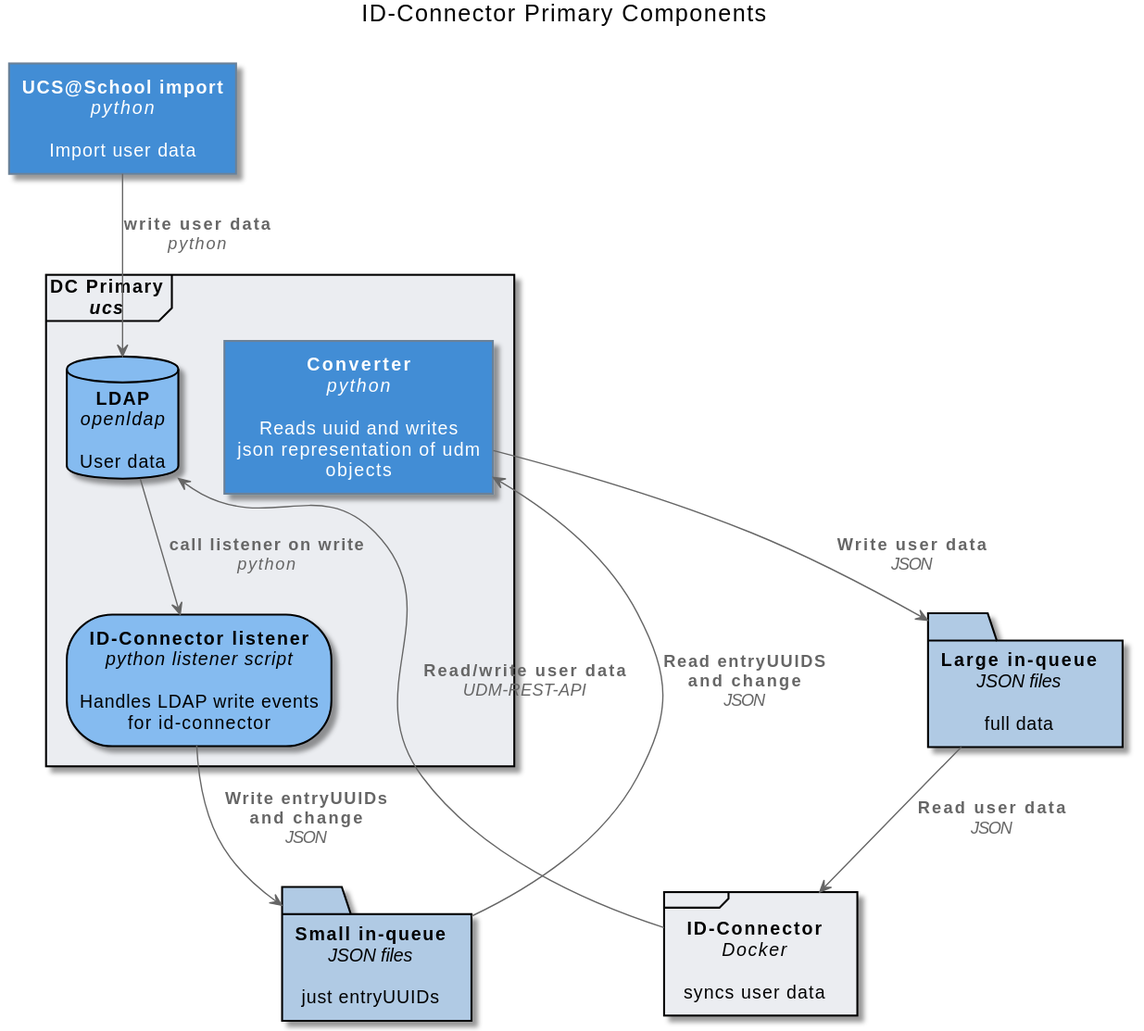
Earlier version of the PlantUML export docs/source/static/id-connector-container-primary.svg (univention/ucsschool-id-connector). Its diagram source:
```plantuml
@startuml

title ID-Connector Primary Components\n

!include styling.puml

!include object_importer.puml

frame "DC Primary\n<i>ucs" as primary {
    !include object_ldap.puml
    !include object_listener.puml
    !include object_converter.puml
}


!include object_small_queue.puml
!include object_large_queue.puml

!include object_id_connector.puml

importer --> ldap: <b>write user data\n<i>python
ldap --> listener: <b>call listener on write\n<i>python
listener --> small_queue: <b>Write entryUUIDs\n<b>and change\n<i>JSON
small_queue --> converter:  <b>Read entryUUIDS\n<b>and change\n<i>JSON
converter --> large_queue: <b>Write user data\n<i>JSON
large_queue -->id_connector:<b>Read user data\n<i>JSON

ldap <-- id_connector : <b>Read/write user data\n<i>UDM-REST-API
@enduml
```
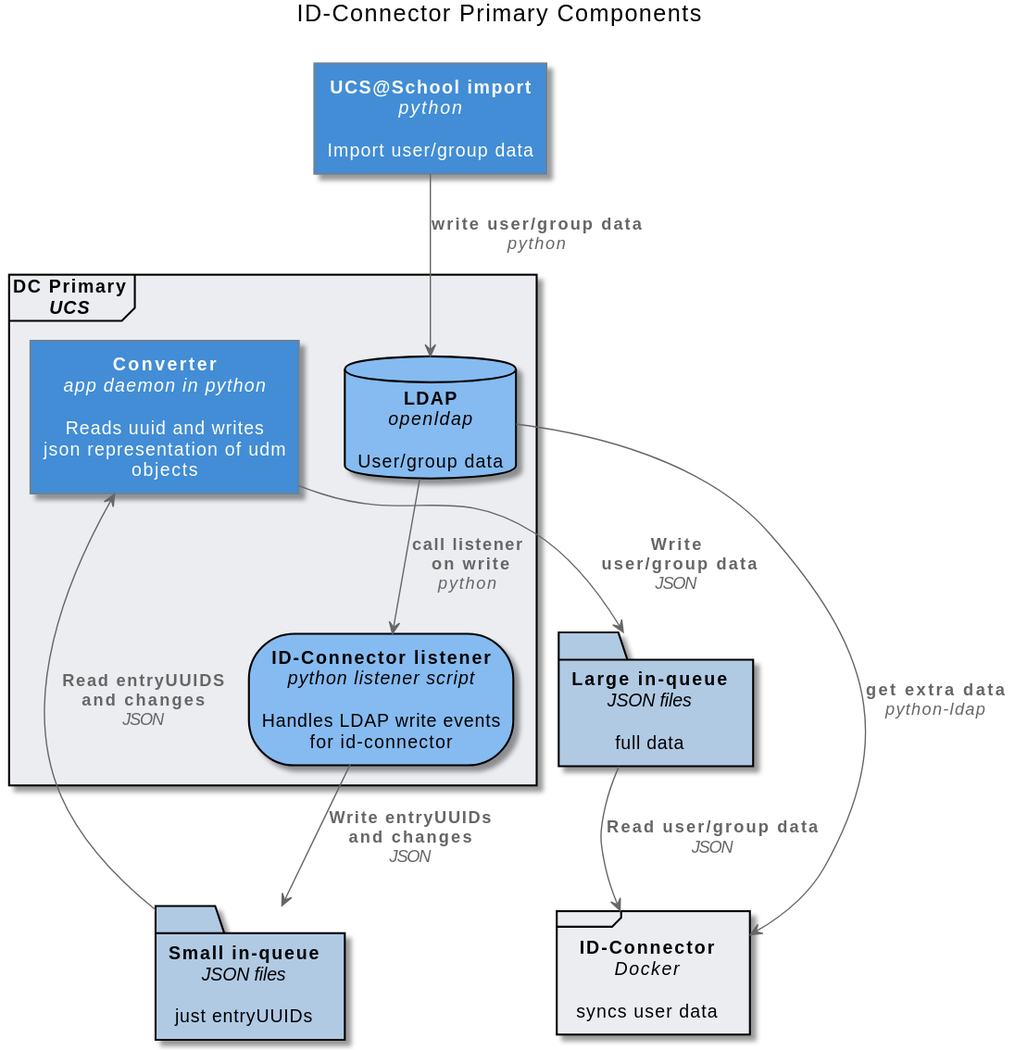
After the commit.

The edit, as a diff of the source:
```diff
@@ -6,7 +6,7 @@
 
 !include object_importer.puml
 
-frame "DC Primary\n<i>ucs" as primary {
+frame "DC Primary\n<i>UCS" as primary {
     !include object_ldap.puml
     !include object_listener.puml
     !include object_converter.puml
@@ -18,12 +18,12 @@
 
 !include object_id_connector.puml
 
-importer --> ldap: <b>write user data\n<i>python
-ldap --> listener: <b>call listener on write\n<i>python
-listener --> small_queue: <b>Write entryUUIDs\n<b>and change\n<i>JSON
-small_queue --> converter:  <b>Read entryUUIDS\n<b>and change\n<i>JSON
-converter --> large_queue: <b>Write user data\n<i>JSON
-large_queue -->id_connector:<b>Read user data\n<i>JSON
+importer --> ldap: <b>write user/group data\n<i>python
+ldap --> listener: <b>call listener\n<b> on write\n<i>python
+listener --> small_queue: <b>Write entryUUIDs\n<b>and changes\n<i>JSON
+small_queue --> converter:  <b>Read entryUUIDS\n<b>and changes\n<i>JSON
+converter --> large_queue: <b>Write\n<b> user/group data\n<i>JSON
+large_queue -->id_connector:<b>Read user/group data\n<i>JSON
 
-ldap <-- id_connector : <b>Read/write user data\n<i>UDM-REST-API
+ldap -left-> id_connector : <b>get extra data\n<i>python-ldap
 @enduml
```
